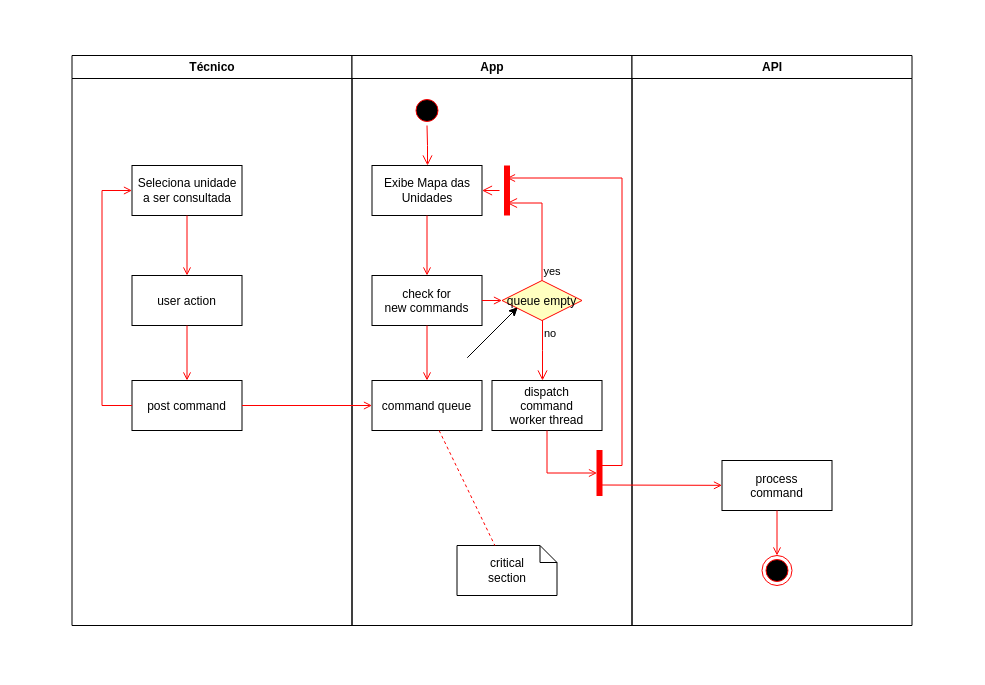
Before: Diagramas/diagrama_atividades.drawio in DanielRM07/TCC, a draw.io diagram. Source tidied: cells renumbered, new cells numbered last; positions are measured from the earlier drawing's top-left corner, leaving out a move shared by most shapes. Both pictures are drawn from the tidied source at 100%, with x=0, y=0 at pixel (71, 55).
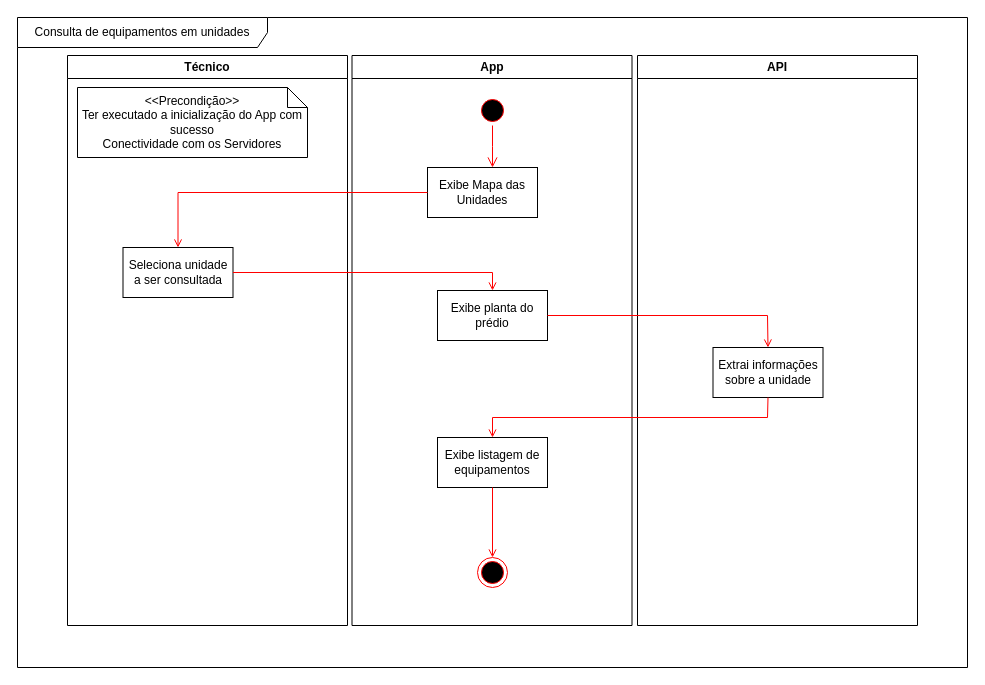
After the change.

The change refers to these unchanged cells:
```xml
<mxCell id="9" value="App" style="swimlane;whiteSpace=wrap;" parent="1" vertex="1">
  <mxGeometry x="280.5" width="280" height="570" as="geometry" />
</mxCell>
```

Change to the diagram source:
```diff
@@
     <mxCell id="2" value="Técnico" style="swimlane;whiteSpace=wrap;" parent="1" vertex="1">
-      <mxGeometry x="0.5" width="280" height="570" as="geometry" />
+      <mxGeometry x="-4" width="280" height="570" as="geometry" />
     </mxCell>
     <mxCell id="3" value="Seleciona unidade a ser consultada" style="whiteSpace=wrap;" parent="2" vertex="1">
-      <mxGeometry x="60" y="110" width="110" height="50" as="geometry" />
+      <mxGeometry x="55.5" y="192" width="110" height="50" as="geometry" />
     </mxCell>
-    <mxCell id="4" value="user action" parent="2" vertex="1">
-      <mxGeometry x="60" y="220" width="110" height="50" as="geometry" />
-    </mxCell>
-    <mxCell id="5" style="endArrow=open;strokeColor=#FF0000;endFill=1;rounded=0;" parent="2" edge="1" source="3" target="4">
-      <mxGeometry relative="1" as="geometry" />
-    </mxCell>
-    <mxCell id="6" value="post command" parent="2" vertex="1">
-      <mxGeometry x="60" y="325" width="110" height="50" as="geometry" />
-    </mxCell>
-    <mxCell id="7" style="endArrow=open;strokeColor=#FF0000;endFill=1;rounded=0;" parent="2" edge="1" source="4" target="6">
-      <mxGeometry relative="1" as="geometry" />
-    </mxCell>
-    <mxCell id="8" style="edgeStyle=elbowEdgeStyle;elbow=horizontal;strokeColor=#FF0000;endArrow=open;endFill=1;rounded=0;" parent="2" edge="1" source="6" target="3">
-      <mxGeometry relative="1" as="geometry">
-        <Array as="points">
-          <mxPoint x="30" y="250" />
-        </Array>
-      </mxGeometry>
-    </mxCell>
@@
     <mxCell id="10" style="ellipse;shape=startState;fillColor=#000000;strokeColor=#ff0000;" parent="9" vertex="1">
-      <mxGeometry x="60" y="40" width="30" height="30" as="geometry" />
+      <mxGeometry x="125.5" y="40" width="30" height="30" as="geometry" />
     </mxCell>
@@
     <mxCell id="12" value="Exibe Mapa das Unidades" style="whiteSpace=wrap;" parent="9" vertex="1">
-      <mxGeometry x="20" y="110" width="110" height="50" as="geometry" />
+      <mxGeometry x="75.5" y="112" width="110" height="50" as="geometry" />
     </mxCell>
-    <mxCell id="13" value="check for &#10;new commands" parent="9" vertex="1">
-      <mxGeometry x="20" y="220" width="110" height="50" as="geometry" />
-    </mxCell>
+    <mxCell id="37" value="Exibe planta do prédio" style="whiteSpace=wrap;" parent="9" vertex="1">
+      <mxGeometry x="85.5" y="235" width="110" height="50" as="geometry" />
+    </mxCell>
+    <mxCell id="38" value="Exibe listagem de equipamentos" style="whiteSpace=wrap;" parent="9" vertex="1">
+      <mxGeometry x="85.5" y="382" width="110" height="50" as="geometry" />
+    </mxCell>
+    <mxCell id="28" value="API" style="swimlane;whiteSpace=wrap;" parent="1" vertex="1">
+      <mxGeometry x="566" width="280" height="570" as="geometry" />
+    </mxCell>
+    <mxCell id="39" value="Extrai informações sobre a unidade" style="whiteSpace=wrap;" parent="28" vertex="1">
+      <mxGeometry x="75.5" y="292" width="110" height="50" as="geometry" />
+    </mxCell>
+    <mxCell id="40" style="edgeStyle=elbowEdgeStyle;elbow=horizontal;strokeColor=#FF0000;endArrow=open;endFill=1;rounded=0;exitX=0;exitY=0.5;exitDx=0;exitDy=0;entryX=0.5;entryY=0;entryDx=0;entryDy=0;" parent="1" edge="1" source="12" target="3">
+      <mxGeometry relative="1" as="geometry">
+        <Array as="points">
+          <mxPoint x="106.5" y="152" />
+        </Array>
+      </mxGeometry>
+    </mxCell>
-    <mxCell id="14" style="endArrow=open;strokeColor=#FF0000;endFill=1;rounded=0;" parent="9" edge="1" source="12" target="13">
-      <mxGeometry relative="1" as="geometry" />
+    <mxCell id="14" style="endArrow=open;strokeColor=#FF0000;endFill=1;rounded=0;exitX=1;exitY=0.5;exitDx=0;exitDy=0;entryX=0.5;entryY=0;entryDx=0;entryDy=0;" parent="1" edge="1" source="3" target="37">
+      <mxGeometry relative="1" as="geometry">
+        <Array as="points">
+          <mxPoint x="421" y="217" />
+        </Array>
+      </mxGeometry>
     </mxCell>
-    <mxCell id="15" value="command queue" parent="9" vertex="1">
-      <mxGeometry x="20" y="325" width="110" height="50" as="geometry" />
-    </mxCell>
-    <mxCell id="16" style="endArrow=open;strokeColor=#FF0000;endFill=1;rounded=0;" parent="9" edge="1" source="13" target="15">
-      <mxGeometry relative="1" as="geometry" />
-    </mxCell>
-    <mxCell id="17" value="queue empty" style="rhombus;fillColor=#ffffc0;strokeColor=#ff0000;" parent="9" vertex="1">
-      <mxGeometry x="150" y="225" width="80" height="40" as="geometry" />
-    </mxCell>
-    <mxCell id="18" value="yes" style="edgeStyle=elbowEdgeStyle;elbow=horizontal;align=left;verticalAlign=bottom;endArrow=open;endSize=8;strokeColor=#FF0000;exitX=0.5;exitY=0;endFill=1;rounded=0;entryX=0.75;entryY=0.5;entryPerimeter=0;" parent="9" edge="1" source="17" target="21">
-      <mxGeometry x="-1" relative="1" as="geometry">
-        <Array as="points">
-          <mxPoint x="190" y="180" />
-        </Array>
-      </mxGeometry>
-    </mxCell>
-    <mxCell id="19" value="no" style="edgeStyle=elbowEdgeStyle;elbow=horizontal;align=left;verticalAlign=top;endArrow=open;endSize=8;strokeColor=#FF0000;endFill=1;rounded=0;" parent="9" edge="1" source="17" target="23">
-      <mxGeometry x="-1" relative="1" as="geometry" />
-    </mxCell>
-    <mxCell id="20" style="endArrow=open;strokeColor=#FF0000;endFill=1;rounded=0;" parent="9" edge="1" source="13" target="17">
-      <mxGeometry relative="1" as="geometry" />
-    </mxCell>
-    <mxCell id="21" style="shape=line;strokeWidth=6;strokeColor=#ff0000;rotation=90;" parent="9" vertex="1">
-      <mxGeometry x="130" y="127.5" width="50" height="15" as="geometry" />
-    </mxCell>
-    <mxCell id="22" style="edgeStyle=elbowEdgeStyle;elbow=horizontal;verticalAlign=bottom;endArrow=open;endSize=8;strokeColor=#FF0000;endFill=1;rounded=0;" parent="9" edge="1" source="21" target="12">
-      <mxGeometry x="130" y="90" as="geometry" />
-    </mxCell>
-    <mxCell id="23" value="dispatch&#10;command&#10;worker thread" parent="9" vertex="1">
-      <mxGeometry x="140" y="325" width="110" height="50" as="geometry" />
-    </mxCell>
-    <mxCell id="24" value="critical&#10;section" style="shape=note;whiteSpace=wrap;size=17;" parent="9" vertex="1">
-      <mxGeometry x="105" y="490" width="100" height="50" as="geometry" />
-    </mxCell>
-    <mxCell id="25" style="endArrow=none;strokeColor=#FF0000;endFill=0;rounded=0;dashed=1;" parent="9" edge="1" source="15" target="24">
-      <mxGeometry relative="1" as="geometry" />
-    </mxCell>
-    <mxCell id="26" style="whiteSpace=wrap;strokeColor=#FF0000;fillColor=#FF0000;" parent="9" vertex="1">
-      <mxGeometry x="245" y="395" width="5" height="45" as="geometry" />
-    </mxCell>
-    <mxCell id="27" style="edgeStyle=elbowEdgeStyle;elbow=horizontal;entryX=0;entryY=0.5;strokeColor=#FF0000;endArrow=open;endFill=1;rounded=0;" parent="9" edge="1" source="23" target="26">
-      <mxGeometry relative="1" as="geometry">
-        <Array as="points">
-          <mxPoint x="195" y="400" />
-        </Array>
-      </mxGeometry>
-    </mxCell>
-    <mxCell id="28" value="API" style="swimlane;whiteSpace=wrap;" parent="1" vertex="1">
-      <mxGeometry x="560.5" width="280" height="570" as="geometry" />
-    </mxCell>
-    <mxCell id="29" value="process&#10;command" parent="28" vertex="1">
-      <mxGeometry x="90" y="405" width="110" height="50" as="geometry" />
-    </mxCell>
-    <mxCell id="30" style="edgeStyle=elbowEdgeStyle;elbow=horizontal;strokeColor=#FF0000;endArrow=open;endFill=1;rounded=0;entryX=0.25;entryY=0.5;entryPerimeter=0;" parent="28" edge="1" target="21">
-      <mxGeometry relative="1" as="geometry">
-        <mxPoint x="-30" y="410" as="sourcePoint" />
-        <Array as="points">
-          <mxPoint x="-10" y="135" />
-        </Array>
-      </mxGeometry>
-    </mxCell>
-    <mxCell id="31" style="edgeStyle=none;strokeColor=#FF0000;endArrow=open;endFill=1;rounded=0;" parent="28" edge="1" target="29">
-      <mxGeometry relative="1" as="geometry">
-        <mxPoint x="-30" y="429.5" as="sourcePoint" />
-      </mxGeometry>
-    </mxCell>
-    <mxCell id="32" style="ellipse;shape=endState;fillColor=#000000;strokeColor=#ff0000;" parent="28" vertex="1">
-      <mxGeometry x="130" y="500" width="30" height="30" as="geometry" />
-    </mxCell>
-    <mxCell id="33" style="endArrow=open;strokeColor=#FF0000;endFill=1;rounded=0;" parent="28" edge="1" source="29" target="32">
-      <mxGeometry relative="1" as="geometry" />
-    </mxCell>
-    <mxCell id="34" style="endArrow=open;strokeColor=#FF0000;endFill=1;rounded=0;" parent="1" edge="1" source="6" target="15">
-      <mxGeometry relative="1" as="geometry" />
-    </mxCell>
-    <mxCell id="35" style="endArrow=classic;html=1;rounded=0;" parent="1" edge="1">
-      <mxGeometry relative="1" as="geometry">
-        <mxPoint x="396" y="302" as="sourcePoint" />
-        <mxPoint x="446" y="252" as="targetPoint" />
-      </mxGeometry>
-    </mxCell>
-    <mxCell id="36" style="endArrow=classic;html=1;rounded=0;" parent="1" edge="1">
-      <mxGeometry relative="1" as="geometry">
-        <mxPoint x="396" y="302" as="sourcePoint" />
-        <mxPoint x="446" y="252" as="targetPoint" />
-      </mxGeometry>
-    </mxCell>
+    <mxCell id="41" style="endArrow=open;strokeColor=#FF0000;endFill=1;rounded=0;exitX=1;exitY=0.5;exitDx=0;exitDy=0;entryX=0.5;entryY=0;entryDx=0;entryDy=0;" parent="1" edge="1" source="37" target="39">
+      <mxGeometry relative="1" as="geometry">
+        <Array as="points">
+          <mxPoint x="696" y="260" />
+        </Array>
+      </mxGeometry>
+    </mxCell>
+    <mxCell id="42" style="endArrow=open;strokeColor=#FF0000;endFill=1;rounded=0;exitX=0.5;exitY=1;exitDx=0;exitDy=0;entryX=0.5;entryY=0;entryDx=0;entryDy=0;" parent="1" edge="1" source="39" target="38">
+      <mxGeometry relative="1" as="geometry">
+        <Array as="points">
+          <mxPoint x="696" y="362" />
+          <mxPoint x="421" y="362" />
+        </Array>
+      </mxGeometry>
+    </mxCell>
+    <mxCell id="43" value="Consulta de equipamentos em unidades" style="shape=umlFrame;whiteSpace=wrap;html=1;width=250;height=30;" parent="1" vertex="1">
+      <mxGeometry x="-54" y="-38" width="950" height="650" as="geometry" />
+    </mxCell>
+    <mxCell id="44" style="ellipse;html=1;shape=endState;fillColor=#000000;strokeColor=#ff0000;" parent="1" vertex="1">
+      <mxGeometry x="406" y="502" width="30" height="30" as="geometry" />
+    </mxCell>
+    <mxCell id="45" style="endArrow=open;strokeColor=#FF0000;endFill=1;rounded=0;exitX=0.5;exitY=1;exitDx=0;exitDy=0;entryX=0.5;entryY=0;entryDx=0;entryDy=0;" parent="1" edge="1" source="38" target="44">
+      <mxGeometry relative="1" as="geometry" />
+    </mxCell>
+    <mxCell id="46" value="&amp;lt;&amp;lt;Precondição&amp;gt;&amp;gt;&lt;div&gt;Ter executado a inicialização do App com sucesso&lt;/div&gt;&lt;div&gt;Conectividade com os Servidores&lt;/div&gt;" style="shape=note;size=20;whiteSpace=wrap;html=1;" parent="1" vertex="1">
+      <mxGeometry x="6" y="32" width="230" height="70" as="geometry" />
+    </mxCell>
```
